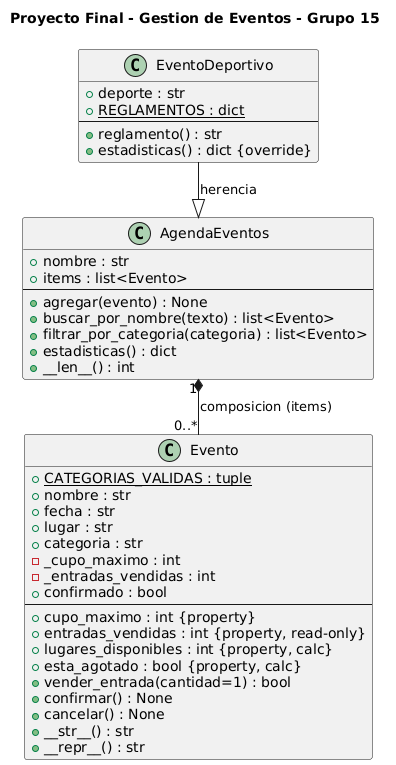
Earlier version of the PlantUML export diagramas/diagrama_G15.png (eliasss3990/paradigmas_final).
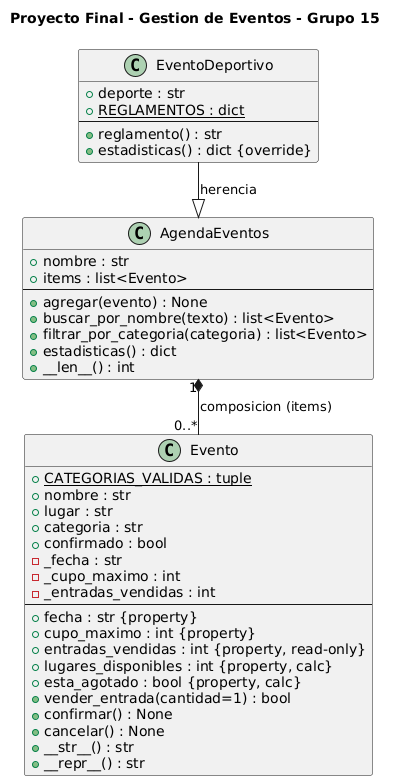
Later version of the same file.

Commit message:
fix: anota retorno str en __str__/__repr__ y refleja fecha como property en UML y doc

Change to the diagram source:
```diff
@@ -5,13 +5,14 @@
 class Evento {
   + {static} CATEGORIAS_VALIDAS : tuple
   + nombre : str
-  + fecha : str
   + lugar : str
   + categoria : str
+  + confirmado : bool
+  - _fecha : str
   - _cupo_maximo : int
   - _entradas_vendidas : int
-  + confirmado : bool
   --
+  + fecha : str {property}
   + cupo_maximo : int {property}
   + entradas_vendidas : int {property, read-only}
   + lugares_disponibles : int {property, calc}
```
